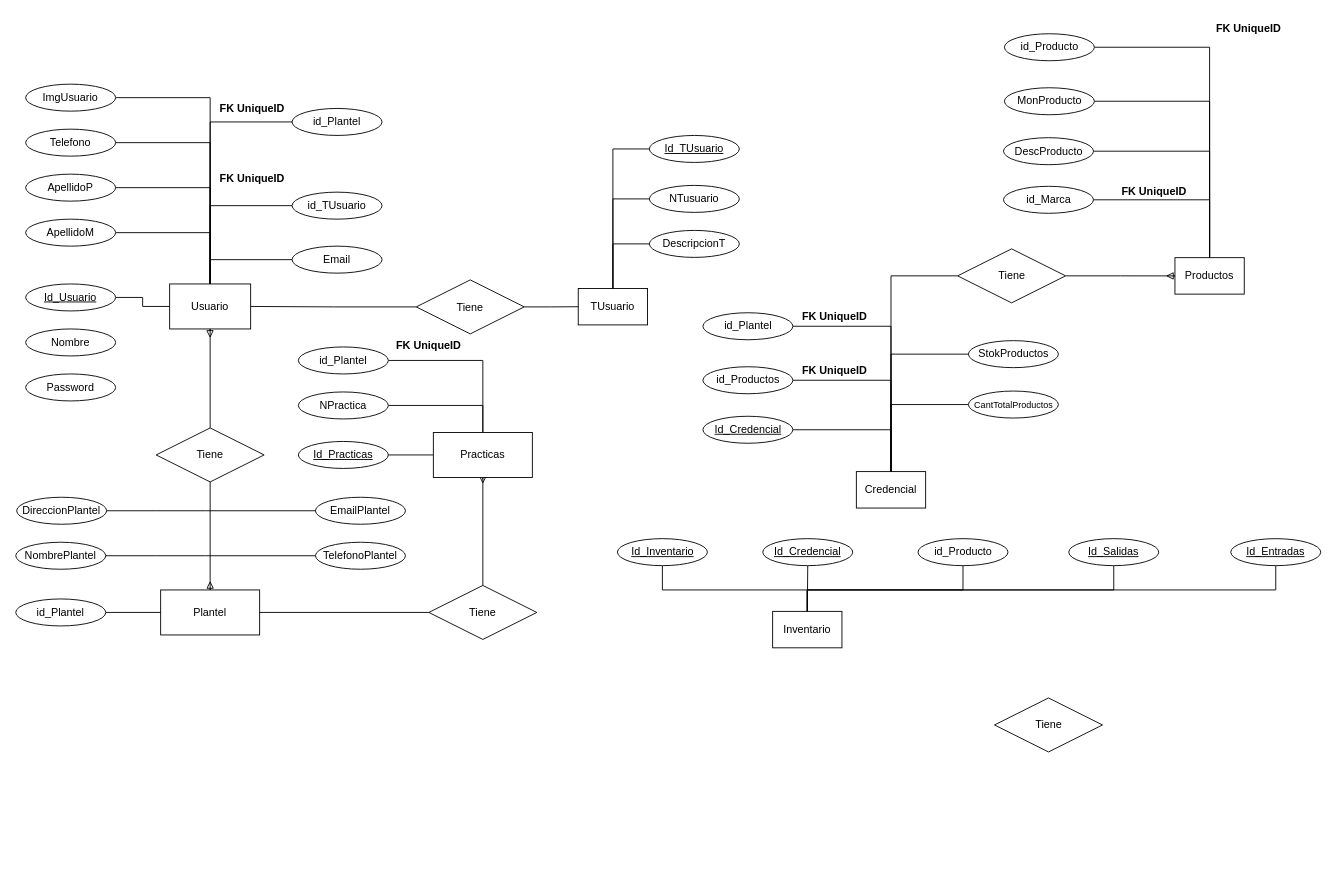
edpedraza-epl/ProyectoDB keeps this draw.io diagram as NewProyectoBD.drawio. Above is the earlier version. Source tidied: cells renumbered, new cells numbered last; positions are measured from the earlier drawing's top-left corner, leaving out a move shared by most shapes. Both pictures are drawn from the tidied source at 90%, with x=0, y=0 at pixel (15, 15).
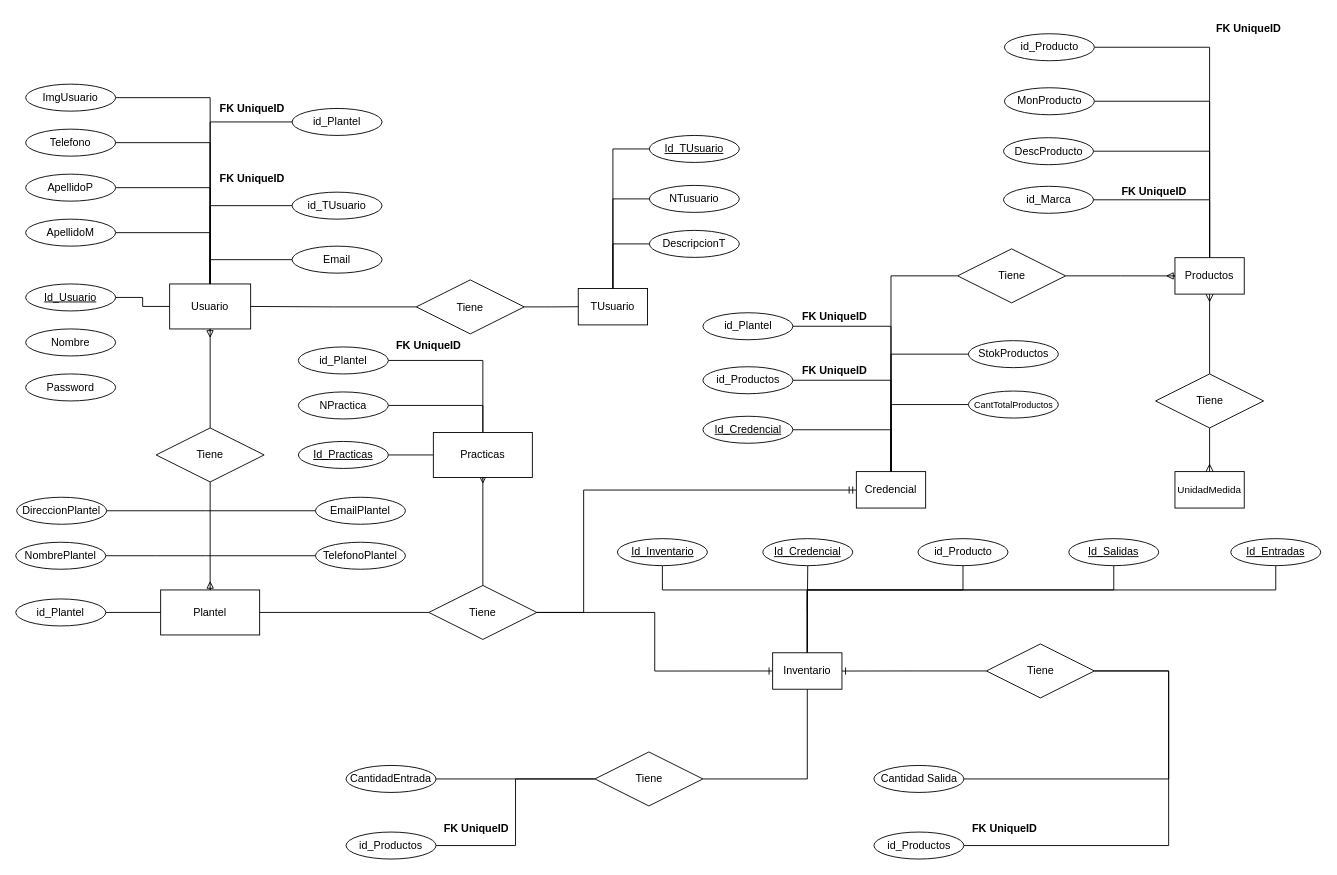
After the change.

The change refers to these unchanged cells:
```xml
<mxCell id="56" value="Tiene" style="shape=rhombus;perimeter=rhombusPerimeter;whiteSpace=wrap;html=1;align=center;" parent="1" vertex="1">
  <mxGeometry x="459" y="633" width="120" height="60" as="geometry" />
</mxCell>
<mxCell id="62" value="Credencial" style="whiteSpace=wrap;html=1;align=center;" parent="1" vertex="1">
  <mxGeometry x="934" y="506.5" width="77" height="40.5" as="geometry" />
</mxCell>
<mxCell id="79" value="Productos" style="whiteSpace=wrap;html=1;align=center;" parent="1" vertex="1">
  <mxGeometry x="1288" y="268.8" width="77" height="40.5" as="geometry" />
</mxCell>
```

Diff of the diagram source:
```diff
@@
+    <mxCell id="101" style="edgeStyle=orthogonalEdgeStyle;rounded=0;jettySize=auto;html=1;entryX=0;entryY=0.5;entryDx=0;entryDy=0;endArrow=ERone;endFill=0;" parent="1" edge="1" source="56" target="94">
+      <mxGeometry relative="1" as="geometry" />
+    </mxCell>
@@
     <mxCell id="61" value="Tiene" style="shape=rhombus;perimeter=rhombusPerimeter;whiteSpace=wrap;html=1;align=center;" parent="1" vertex="1">
-      <mxGeometry x="1087.5" y="758" width="120" height="60" as="geometry" />
+      <mxGeometry x="1078.5" y="698" width="120" height="60" as="geometry" />
     </mxCell>
+    <mxCell id="102" style="edgeStyle=orthogonalEdgeStyle;rounded=0;jettySize=auto;html=1;exitX=1;exitY=0.5;exitDx=0;exitDy=0;endArrow=ERmandOne;endFill=0;" parent="1" edge="1" source="56" target="62">
+      <mxGeometry relative="1" as="geometry">
+        <Array as="points">
+          <mxPoint x="631" y="663" />
+          <mxPoint x="631" y="527" />
+        </Array>
+      </mxGeometry>
+    </mxCell>
@@
+    <mxCell id="103" style="edgeStyle=orthogonalEdgeStyle;rounded=0;jettySize=auto;html=1;endArrow=ERone;endFill=0;exitX=0;exitY=0.5;exitDx=0;exitDy=0;" parent="1" edge="1" source="61" target="94">
+      <mxGeometry relative="1" as="geometry" />
+    </mxCell>
     <mxCell id="94" value="Inventario" style="whiteSpace=wrap;html=1;align=center;" parent="1" vertex="1">
-      <mxGeometry x="841" y="661.8" width="77" height="40.5" as="geometry" />
+      <mxGeometry x="841" y="707.8" width="77" height="40.5" as="geometry" />
     </mxCell>
@@
+    <mxCell id="104" style="edgeStyle=orthogonalEdgeStyle;rounded=0;jettySize=auto;html=1;entryX=0.5;entryY=1;entryDx=0;entryDy=0;endArrow=ERmany;startFill=0;endFill=0;" parent="1" edge="1" source="105" target="79">
+      <mxGeometry relative="1" as="geometry" />
+    </mxCell>
+    <mxCell id="105" value="Tiene" style="shape=rhombus;perimeter=rhombusPerimeter;whiteSpace=wrap;html=1;align=center;" parent="1" vertex="1">
+      <mxGeometry x="1266.5" y="398" width="120" height="60" as="geometry" />
+    </mxCell>
+    <mxCell id="106" style="edgeStyle=orthogonalEdgeStyle;rounded=0;jettySize=auto;html=1;endArrow=ERmany;endFill=0;exitX=0.5;exitY=1;exitDx=0;exitDy=0;" parent="1" edge="1" source="105" target="107">
+      <mxGeometry relative="1" as="geometry" />
+    </mxCell>
+    <mxCell id="107" value="&lt;font style=&quot;font-size: 11px;&quot;&gt;UnidadMedida&lt;/font&gt;" style="whiteSpace=wrap;html=1;align=center;" parent="1" vertex="1">
+      <mxGeometry x="1288" y="506.5" width="77" height="40.5" as="geometry" />
+    </mxCell>
+    <mxCell id="108" style="edgeStyle=orthogonalEdgeStyle;rounded=0;jettySize=auto;html=1;entryX=0.5;entryY=1;entryDx=0;entryDy=0;endArrow=none;startFill=0;" parent="1" edge="1" source="109" target="94">
+      <mxGeometry relative="1" as="geometry" />
+    </mxCell>
+    <mxCell id="109" value="Tiene" style="shape=rhombus;perimeter=rhombusPerimeter;whiteSpace=wrap;html=1;align=center;" parent="1" vertex="1">
+      <mxGeometry x="643.5" y="818" width="120" height="60" as="geometry" />
+    </mxCell>
+    <mxCell id="110" style="edgeStyle=orthogonalEdgeStyle;rounded=0;jettySize=auto;html=1;entryX=0;entryY=0.5;entryDx=0;entryDy=0;endArrow=none;startFill=0;" parent="1" edge="1" source="111" target="109">
+      <mxGeometry relative="1" as="geometry" />
+    </mxCell>
+    <mxCell id="111" value="CantidadEntrada" style="ellipse;whiteSpace=wrap;html=1;align=center;" parent="1" vertex="1">
+      <mxGeometry x="367" y="833" width="100" height="30" as="geometry" />
+    </mxCell>
+    <mxCell id="112" style="edgeStyle=orthogonalEdgeStyle;rounded=0;jettySize=auto;html=1;entryX=1;entryY=0.5;entryDx=0;entryDy=0;endArrow=none;startFill=0;" parent="1" edge="1" source="113" target="61">
+      <mxGeometry relative="1" as="geometry">
+        <Array as="points">
+          <mxPoint x="1281" y="848" />
+          <mxPoint x="1281" y="728" />
+        </Array>
+      </mxGeometry>
+    </mxCell>
+    <mxCell id="113" value="Cantidad Salida" style="ellipse;whiteSpace=wrap;html=1;align=center;" parent="1" vertex="1">
+      <mxGeometry x="953.5" y="833" width="100" height="30" as="geometry" />
+    </mxCell>
+    <mxCell id="114" style="edgeStyle=orthogonalEdgeStyle;rounded=0;jettySize=auto;html=1;entryX=0;entryY=0.5;entryDx=0;entryDy=0;endArrow=none;startFill=0;" parent="1" edge="1" source="115" target="109">
+      <mxGeometry relative="1" as="geometry" />
+    </mxCell>
+    <mxCell id="115" value="id_Productos" style="ellipse;whiteSpace=wrap;html=1;align=center;" parent="1" vertex="1">
+      <mxGeometry x="367" y="907" width="100" height="30" as="geometry" />
+    </mxCell>
+    <mxCell id="116" value="&lt;b&gt;FK UniqueID&lt;/b&gt;" style="text;html=1;align=center;verticalAlign=middle;whiteSpace=wrap;rounded=0;" parent="1" vertex="1">
+      <mxGeometry x="467" y="888" width="90" height="30" as="geometry" />
+    </mxCell>
+    <mxCell id="117" style="edgeStyle=orthogonalEdgeStyle;rounded=0;jettySize=auto;html=1;entryX=1;entryY=0.5;entryDx=0;entryDy=0;endArrow=none;startFill=0;" parent="1" edge="1" source="118" target="61">
+      <mxGeometry relative="1" as="geometry">
+        <Array as="points">
+          <mxPoint x="1281" y="922" />
+          <mxPoint x="1281" y="728" />
+        </Array>
+      </mxGeometry>
+    </mxCell>
+    <mxCell id="118" value="id_Productos" style="ellipse;whiteSpace=wrap;html=1;align=center;" parent="1" vertex="1">
+      <mxGeometry x="953.5" y="907" width="100" height="30" as="geometry" />
+    </mxCell>
+    <mxCell id="119" value="&lt;b&gt;FK UniqueID&lt;/b&gt;" style="text;html=1;align=center;verticalAlign=middle;whiteSpace=wrap;rounded=0;" parent="1" vertex="1">
+      <mxGeometry x="1053.5" y="888" width="90" height="30" as="geometry" />
+    </mxCell>
```
